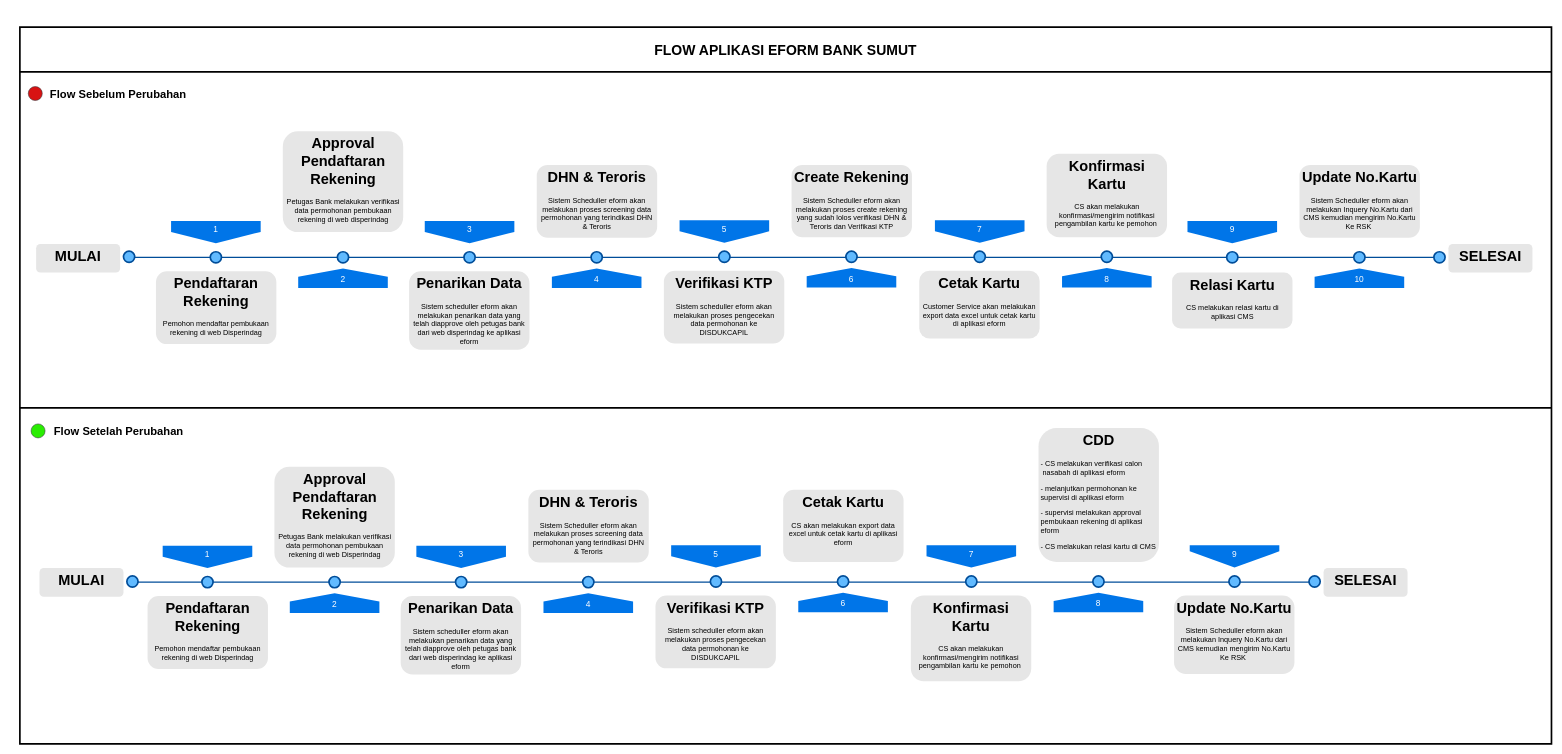
Before: Diagram/Diagram Flow Eform V.1.0.2.drawio in frandachi/appdiagrams, a draw.io diagram. Source tidied: cells renumbered, new cells numbered last; positions are measured from the earlier drawing's top-left corner, leaving out a move shared by most shapes. Both pictures are drawn from the tidied source at 56%, with x=0, y=0 at pixel (20, 27).
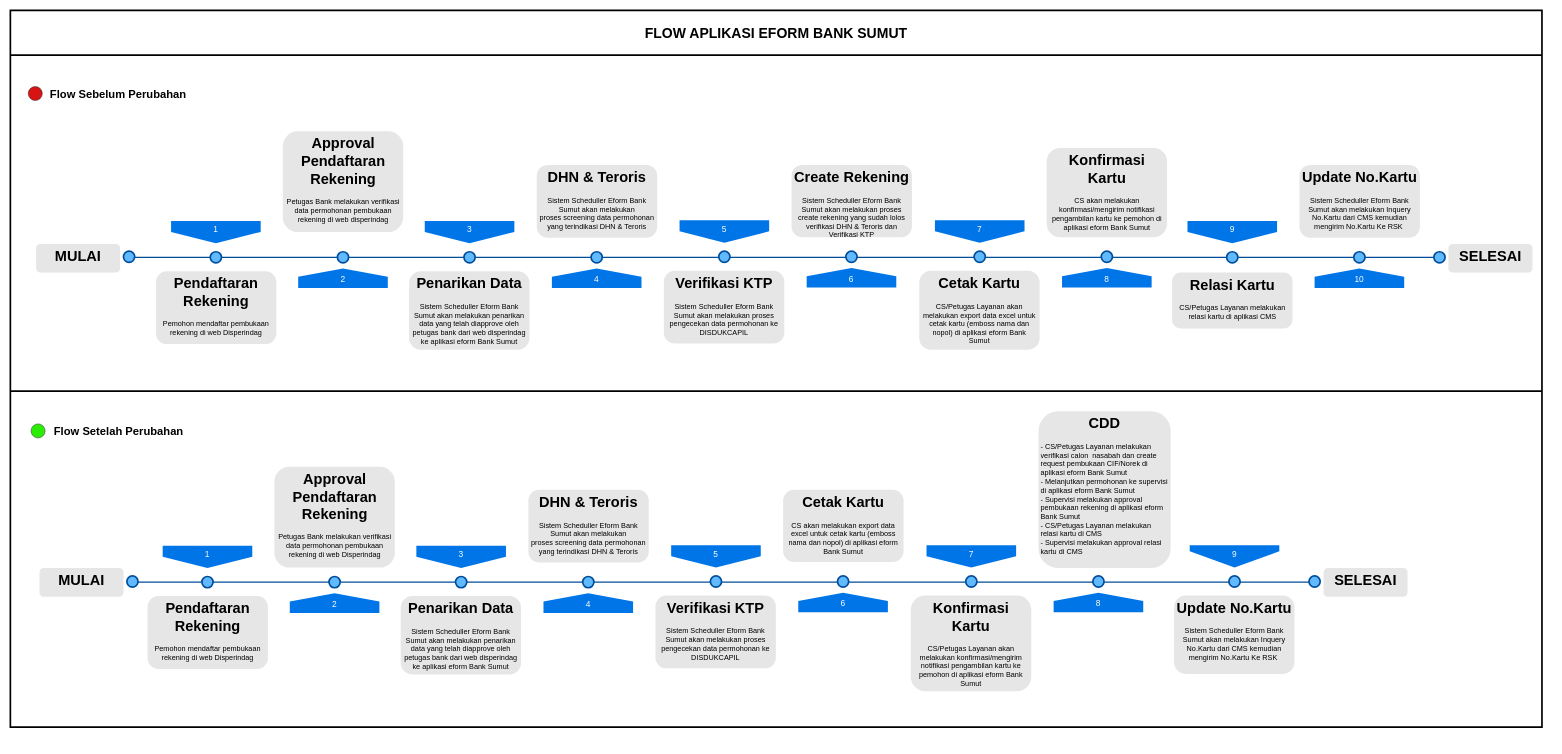
Above is the later version.

The edit, as a diff of the source:
```diff
@@
     <mxCell id="2" style="shape=table;startSize=0;childLayout=tableLayout;gradientColor=none;swimlaneFillColor=none;strokeWidth=3;" parent="1" vertex="1">
-      <mxGeometry width="2735" height="1280" as="geometry" />
+      <mxGeometry x="-17" y="-30" width="2735" height="1280" as="geometry" />
     </mxCell>
@@
-    <mxCell id="20" value="&lt;h1&gt;&amp;nbsp;Penarikan Data&amp;nbsp;&lt;/h1&gt;&lt;p&gt;Sistem scheduller eform akan melakukan penarikan data yang telah diapprove oleh petugas bank dari web disperindag ke aplikasi eform&lt;/p&gt;" style="text;html=1;spacing=5;spacingTop=-20;whiteSpace=wrap;overflow=hidden;strokeColor=none;strokeWidth=3;fillColor=#E6E6E6;fontSize=13;fontColor=#000000;align=center;rounded=1;" parent="1" vertex="1">
+    <mxCell id="20" value="&lt;h1&gt;&amp;nbsp;Penarikan Data&amp;nbsp;&lt;/h1&gt;&lt;p&gt;Sistem Scheduller Eform Bank Sumut akan melakukan penarikan data yang telah diapprove oleh petugas bank dari web disperindag ke aplikasi eform Bank Sumut&lt;/p&gt;" style="text;html=1;spacing=5;spacingTop=-20;whiteSpace=wrap;overflow=hidden;strokeColor=none;strokeWidth=3;fillColor=#E6E6E6;fontSize=13;fontColor=#000000;align=center;rounded=1;" parent="1" vertex="1">
       <mxGeometry x="695" y="436" width="215" height="140" as="geometry" />
     </mxCell>
-    <mxCell id="21" value="&lt;h1&gt;DHN &amp;amp; Teroris&lt;/h1&gt;&lt;p&gt;Sistem Scheduller eform akan melakukan proses&amp;nbsp;screening data permohonan yang terindikasi DHN &amp;amp; Teroris&lt;/p&gt;" style="text;html=1;spacing=5;spacingTop=-20;whiteSpace=wrap;overflow=hidden;strokeColor=none;strokeWidth=3;fillColor=#E6E6E6;fontSize=13;fontColor=#000000;align=center;rounded=1;" parent="1" vertex="1">
+    <mxCell id="21" value="&lt;h1&gt;DHN &amp;amp; Teroris&lt;/h1&gt;&lt;p&gt;Sistem Scheduller Eform Bank Sumut akan melakukan proses&amp;nbsp;screening data permohonan yang terindikasi DHN &amp;amp; Teroris&lt;/p&gt;" style="text;html=1;spacing=5;spacingTop=-20;whiteSpace=wrap;overflow=hidden;strokeColor=none;strokeWidth=3;fillColor=#E6E6E6;fontSize=13;fontColor=#000000;align=center;rounded=1;" parent="1" vertex="1">
       <mxGeometry x="923" y="246" width="215" height="130" as="geometry" />
     </mxCell>
@@
-    <mxCell id="26" value="&lt;h1&gt;&amp;nbsp;Verifikasi KTP&amp;nbsp;&lt;/h1&gt;&lt;p&gt;Sistem scheduller eform akan melakukan proses pengecekan data permohonan ke DISDUKCAPIL&lt;/p&gt;" style="text;html=1;spacing=5;spacingTop=-20;whiteSpace=wrap;overflow=hidden;strokeColor=none;strokeWidth=3;fillColor=#E6E6E6;fontSize=13;fontColor=#000000;align=center;rounded=1;" parent="1" vertex="1">
+    <mxCell id="26" value="&lt;h1&gt;&amp;nbsp;Verifikasi KTP&amp;nbsp;&lt;/h1&gt;&lt;p&gt;Sistem Scheduller Eform Bank Sumut akan melakukan proses pengecekan data permohonan ke DISDUKCAPIL&lt;/p&gt;" style="text;html=1;spacing=5;spacingTop=-20;whiteSpace=wrap;overflow=hidden;strokeColor=none;strokeWidth=3;fillColor=#E6E6E6;fontSize=13;fontColor=#000000;align=center;rounded=1;" parent="1" vertex="1">
       <mxGeometry x="1150" y="435" width="215" height="130" as="geometry" />
     </mxCell>
-    <mxCell id="27" value="&lt;h1&gt;Create Rekening&lt;/h1&gt;&lt;p&gt;Sistem Scheduller eform akan melakukan proses create rekening yang sudah lolos verifikasi DHN &amp;amp; Teroris dan Verifikasi KTP&lt;/p&gt;" style="text;html=1;spacing=5;spacingTop=-20;whiteSpace=wrap;overflow=hidden;strokeColor=none;strokeWidth=3;fillColor=#E6E6E6;fontSize=13;fontColor=#000000;align=center;rounded=1;" parent="1" vertex="1">
+    <mxCell id="27" value="&lt;h1&gt;Create Rekening&lt;/h1&gt;&lt;p&gt;Sistem Scheduller Eform Bank Sumut akan melakukan proses create rekening yang sudah lolos verifikasi DHN &amp;amp; Teroris dan Verifikasi KTP&lt;/p&gt;" style="text;html=1;spacing=5;spacingTop=-20;whiteSpace=wrap;overflow=hidden;strokeColor=none;strokeWidth=3;fillColor=#E6E6E6;fontSize=13;fontColor=#000000;align=center;rounded=1;" parent="1" vertex="1">
       <mxGeometry x="1378" y="246" width="215" height="129" as="geometry" />
     </mxCell>
@@
-    <mxCell id="32" value="&lt;h1&gt;&amp;nbsp;Cetak Kartu&amp;nbsp;&lt;/h1&gt;&lt;p&gt;Customer Service akan melakukan export data excel untuk cetak kartu di aplikasi eform&lt;/p&gt;" style="text;html=1;spacing=5;spacingTop=-20;whiteSpace=wrap;overflow=hidden;strokeColor=none;strokeWidth=3;fillColor=#E6E6E6;fontSize=13;fontColor=#000000;align=center;rounded=1;" parent="1" vertex="1">
-      <mxGeometry x="1606" y="435" width="215" height="121" as="geometry" />
+    <mxCell id="32" value="&lt;h1&gt;&amp;nbsp;Cetak Kartu&amp;nbsp;&lt;/h1&gt;&lt;p&gt;CS/Petugas Layanan akan melakukan export data excel untuk cetak kartu (emboss nama dan nopol) di aplikasi eform Bank Sumut&lt;/p&gt;" style="text;html=1;spacing=5;spacingTop=-20;whiteSpace=wrap;overflow=hidden;strokeColor=none;strokeWidth=3;fillColor=#E6E6E6;fontSize=13;fontColor=#000000;align=center;rounded=1;" parent="1" vertex="1">
+      <mxGeometry x="1606" y="435" width="215" height="141" as="geometry" />
     </mxCell>
-    <mxCell id="33" value="&lt;h1&gt;Konfirmasi Kartu&lt;/h1&gt;&lt;p&gt;CS akan melakukan konfirmasi/mengirim notifikasi pengambilan kartu ke pemohon&amp;nbsp;&lt;/p&gt;" style="text;html=1;spacing=5;spacingTop=-20;whiteSpace=wrap;overflow=hidden;strokeColor=none;strokeWidth=3;fillColor=#E6E6E6;fontSize=13;fontColor=#000000;align=center;rounded=1;" parent="1" vertex="1">
-      <mxGeometry x="1833.5" y="226" width="215" height="149" as="geometry" />
+    <mxCell id="33" value="&lt;h1&gt;Konfirmasi Kartu&lt;/h1&gt;&lt;p&gt;CS akan melakukan konfirmasi/mengirim notifikasi pengambilan kartu ke pemohon di aplikasi eform Bank Sumut&lt;/p&gt;" style="text;html=1;spacing=5;spacingTop=-20;whiteSpace=wrap;overflow=hidden;strokeColor=none;strokeWidth=3;fillColor=#E6E6E6;fontSize=13;fontColor=#000000;align=center;rounded=1;" parent="1" vertex="1">
+      <mxGeometry x="1833.5" y="216" width="215" height="159" as="geometry" />
     </mxCell>
@@
-    <mxCell id="38" value="&lt;h1&gt;&amp;nbsp;Relasi Kartu&amp;nbsp;&lt;/h1&gt;&lt;p&gt;CS melakukan relasi kartu di aplikasi CMS&lt;/p&gt;" style="text;html=1;spacing=5;spacingTop=-20;whiteSpace=wrap;overflow=hidden;strokeColor=none;strokeWidth=3;fillColor=#E6E6E6;fontSize=13;fontColor=#000000;align=center;rounded=1;" parent="1" vertex="1">
+    <mxCell id="38" value="&lt;h1&gt;&amp;nbsp;Relasi Kartu&amp;nbsp;&lt;/h1&gt;&lt;p&gt;CS/Petugas Layanan melakukan relasi kartu di aplikasi CMS&lt;/p&gt;" style="text;html=1;spacing=5;spacingTop=-20;whiteSpace=wrap;overflow=hidden;strokeColor=none;strokeWidth=3;fillColor=#E6E6E6;fontSize=13;fontColor=#000000;align=center;rounded=1;" parent="1" vertex="1">
       <mxGeometry x="2057.5" y="438" width="215" height="100" as="geometry" />
     </mxCell>
-    <mxCell id="39" value="&lt;h1&gt;Update No.Kartu&lt;/h1&gt;&lt;p&gt;Sistem Scheduller eform akan melakukan Inquery No.Kartu dari CMS kemudian mengirim No.Kartu Ke RSK&amp;nbsp;&lt;/p&gt;" style="text;html=1;spacing=5;spacingTop=-20;whiteSpace=wrap;overflow=hidden;strokeColor=none;strokeWidth=3;fillColor=#E6E6E6;fontSize=13;fontColor=#000000;align=center;rounded=1;" parent="1" vertex="1">
+    <mxCell id="39" value="&lt;h1&gt;Update No.Kartu&lt;/h1&gt;&lt;p&gt;Sistem Scheduller Eform Bank Sumut akan melakukan Inquery No.Kartu dari CMS kemudian mengirim No.Kartu Ke RSK&amp;nbsp;&lt;/p&gt;" style="text;html=1;spacing=5;spacingTop=-20;whiteSpace=wrap;overflow=hidden;strokeColor=none;strokeWidth=3;fillColor=#E6E6E6;fontSize=13;fontColor=#000000;align=center;rounded=1;" parent="1" vertex="1">
       <mxGeometry x="2285" y="246" width="215" height="130" as="geometry" />
     </mxCell>
@@
-    <mxCell id="54" value="&lt;h1&gt;&amp;nbsp;Penarikan Data&amp;nbsp;&lt;/h1&gt;&lt;p&gt;Sistem scheduller eform akan melakukan penarikan data yang telah diapprove oleh petugas bank dari web disperindag ke aplikasi eform&lt;/p&gt;" style="text;html=1;spacing=5;spacingTop=-20;whiteSpace=wrap;overflow=hidden;strokeColor=none;strokeWidth=3;fillColor=#E6E6E6;fontSize=13;fontColor=#000000;align=center;rounded=1;" parent="1" vertex="1">
+    <mxCell id="54" value="&lt;h1&gt;&amp;nbsp;Penarikan Data&amp;nbsp;&lt;/h1&gt;&lt;p&gt;Sistem Scheduller Eform Bank Sumut akan melakukan penarikan data yang telah diapprove oleh petugas bank dari web disperindag ke aplikasi eform Bank Sumut&lt;/p&gt;" style="text;html=1;spacing=5;spacingTop=-20;whiteSpace=wrap;overflow=hidden;strokeColor=none;strokeWidth=3;fillColor=#E6E6E6;fontSize=13;fontColor=#000000;align=center;rounded=1;" parent="1" vertex="1">
       <mxGeometry x="680" y="1016" width="215" height="140" as="geometry" />
     </mxCell>
-    <mxCell id="55" value="&lt;h1&gt;DHN &amp;amp; Teroris&lt;/h1&gt;&lt;p&gt;Sistem Scheduller eform akan melakukan proses&amp;nbsp;screening data permohonan yang terindikasi DHN &amp;amp; Teroris&lt;/p&gt;" style="text;html=1;spacing=5;spacingTop=-20;whiteSpace=wrap;overflow=hidden;strokeColor=none;strokeWidth=3;fillColor=#E6E6E6;fontSize=13;fontColor=#000000;align=center;rounded=1;" parent="1" vertex="1">
+    <mxCell id="55" value="&lt;h1&gt;DHN &amp;amp; Teroris&lt;/h1&gt;&lt;p&gt;Sistem Scheduller Eform Bank Sumut akan melakukan proses&amp;nbsp;screening data permohonan yang terindikasi DHN &amp;amp; Teroris&lt;/p&gt;" style="text;html=1;spacing=5;spacingTop=-20;whiteSpace=wrap;overflow=hidden;strokeColor=none;strokeWidth=3;fillColor=#E6E6E6;fontSize=13;fontColor=#000000;align=center;rounded=1;" parent="1" vertex="1">
       <mxGeometry x="908" y="826" width="215" height="130" as="geometry" />
     </mxCell>
@@
-    <mxCell id="60" value="&lt;h1&gt;&amp;nbsp;Verifikasi KTP&amp;nbsp;&lt;/h1&gt;&lt;p&gt;Sistem scheduller eform akan melakukan proses pengecekan data permohonan ke DISDUKCAPIL&lt;/p&gt;" style="text;html=1;spacing=5;spacingTop=-20;whiteSpace=wrap;overflow=hidden;strokeColor=none;strokeWidth=3;fillColor=#E6E6E6;fontSize=13;fontColor=#000000;align=center;rounded=1;" parent="1" vertex="1">
+    <mxCell id="60" value="&lt;h1&gt;&amp;nbsp;Verifikasi KTP&amp;nbsp;&lt;/h1&gt;&lt;p&gt;Sistem Scheduller Eform Bank Sumut akan melakukan proses pengecekan data permohonan ke DISDUKCAPIL&lt;/p&gt;" style="text;html=1;spacing=5;spacingTop=-20;whiteSpace=wrap;overflow=hidden;strokeColor=none;strokeWidth=3;fillColor=#E6E6E6;fontSize=13;fontColor=#000000;align=center;rounded=1;" parent="1" vertex="1">
       <mxGeometry x="1135" y="1015" width="215" height="130" as="geometry" />
     </mxCell>
-    <mxCell id="61" value="&lt;h1&gt;&amp;nbsp;Cetak Kartu&amp;nbsp;&lt;/h1&gt;&lt;h1&gt;&lt;p style=&quot;font-size: 13px; font-weight: 400;&quot;&gt;CS akan melakukan export data excel untuk cetak kartu di aplikasi eform&lt;/p&gt;&lt;/h1&gt;" style="text;html=1;spacing=5;spacingTop=-20;whiteSpace=wrap;overflow=hidden;strokeColor=none;strokeWidth=3;fillColor=#E6E6E6;fontSize=13;fontColor=#000000;align=center;rounded=1;" parent="1" vertex="1">
+    <mxCell id="61" value="&lt;h1&gt;&amp;nbsp;Cetak Kartu&amp;nbsp;&lt;/h1&gt;&lt;h1&gt;&lt;p style=&quot;font-size: 13px; font-weight: 400;&quot;&gt;CS akan melakukan export data excel untuk cetak kartu (emboss nama dan nopol) di aplikasi eform Bank Sumut&lt;/p&gt;&lt;/h1&gt;" style="text;html=1;spacing=5;spacingTop=-20;whiteSpace=wrap;overflow=hidden;strokeColor=none;strokeWidth=3;fillColor=#E6E6E6;fontSize=13;fontColor=#000000;align=center;rounded=1;" parent="1" vertex="1">
       <mxGeometry x="1363" y="826" width="215" height="129" as="geometry" />
     </mxCell>
@@
-    <mxCell id="66" value="&lt;h1&gt;Konfirmasi Kartu&lt;/h1&gt;&lt;h1&gt;&lt;p style=&quot;font-size: 13px; font-weight: 400;&quot;&gt;CS akan melakukan konfirmasi/mengirim notifikasi pengambilan kartu ke pemohon&amp;nbsp;&lt;/p&gt;&lt;/h1&gt;" style="text;html=1;spacing=5;spacingTop=-20;whiteSpace=wrap;overflow=hidden;strokeColor=none;strokeWidth=3;fillColor=#E6E6E6;fontSize=13;fontColor=#000000;align=center;rounded=1;" parent="1" vertex="1">
-      <mxGeometry x="1591" y="1015" width="215" height="153" as="geometry" />
+    <mxCell id="66" value="&lt;h1&gt;Konfirmasi Kartu&lt;/h1&gt;&lt;h1&gt;&lt;p style=&quot;font-size: 13px; font-weight: 400;&quot;&gt;CS/Petugas Layanan akan melakukan konfirmasi/mengirim notifikasi pengambilan kartu ke pemohon di aplikasi eform Bank Sumut&lt;/p&gt;&lt;/h1&gt;" style="text;html=1;spacing=5;spacingTop=-20;whiteSpace=wrap;overflow=hidden;strokeColor=none;strokeWidth=3;fillColor=#E6E6E6;fontSize=13;fontColor=#000000;align=center;rounded=1;" parent="1" vertex="1">
+      <mxGeometry x="1591" y="1015" width="215" height="171" as="geometry" />
     </mxCell>
-    <mxCell id="67" value="&lt;h1&gt;CDD&lt;/h1&gt;&lt;p style=&quot;text-align: left;&quot;&gt;- CS melakukan verifikasi calon&amp;nbsp; &amp;nbsp; &amp;nbsp;nasabah di aplikasi eform&lt;/p&gt;&lt;p style=&quot;text-align: left;&quot;&gt;- melanjutkan permohonan ke supervisi di aplikasi eform&lt;/p&gt;&lt;p style=&quot;text-align: left;&quot;&gt;- supervisi melakukan approval pembukaan rekening di aplikasi eform&lt;/p&gt;&lt;p style=&quot;text-align: left;&quot;&gt;- CS melakukan relasi kartu di CMS&lt;/p&gt;" style="text;html=1;spacing=5;spacingTop=-20;whiteSpace=wrap;overflow=hidden;strokeColor=none;strokeWidth=3;fillColor=#E6E6E6;fontSize=13;fontColor=#000000;align=center;rounded=1;" parent="1" vertex="1">
-      <mxGeometry x="1819" y="716" width="215" height="239" as="geometry" />
+    <mxCell id="67" value="&lt;h1&gt;CDD&lt;/h1&gt;&lt;p style=&quot;text-align: left;&quot;&gt;- CS/Petugas Layanan melakukan verifikasi calon&amp;nbsp; nasabah dan create request pembukaan CIF/Norek di aplikasi eform Bank Sumut&lt;br&gt;&lt;span style=&quot;background-color: initial;&quot;&gt;- Melanjutkan permohonan ke supervisi di aplikasi eform Bank Sumut&lt;br&gt;&lt;/span&gt;&lt;span style=&quot;background-color: initial;&quot;&gt;- Supervisi melakukan approval pembukaan rekening di aplikasi eform Bank Sumut&lt;br&gt;&lt;/span&gt;&lt;span style=&quot;background-color: initial;&quot;&gt;- CS/Petugas Layanan melakukan relasi kartu di CMS&lt;br&gt;&lt;/span&gt;&lt;span style=&quot;background-color: initial;&quot;&gt;- Supervisi melakukan approval relasi kartu di CMS&lt;/span&gt;&lt;/p&gt;" style="text;html=1;spacing=5;spacingTop=-20;whiteSpace=wrap;overflow=hidden;strokeColor=none;strokeWidth=3;fillColor=#E6E6E6;fontSize=13;fontColor=#000000;align=center;rounded=1;" parent="1" vertex="1">
+      <mxGeometry x="1819" y="686" width="236" height="280" as="geometry" />
     </mxCell>
@@
-    <mxCell id="71" value="&lt;h1&gt;Update No.Kartu&lt;/h1&gt;&lt;h1&gt;&lt;p style=&quot;font-size: 13px; font-weight: 400;&quot;&gt;Sistem Scheduller eform akan melakukan Inquery No.Kartu dari CMS kemudian mengirim No.Kartu Ke RSK&amp;nbsp;&lt;/p&gt;&lt;/h1&gt;" style="text;html=1;spacing=5;spacingTop=-20;whiteSpace=wrap;overflow=hidden;strokeColor=none;strokeWidth=3;fillColor=#E6E6E6;fontSize=13;fontColor=#000000;align=center;rounded=1;" parent="1" vertex="1">
+    <mxCell id="71" value="&lt;h1&gt;Update No.Kartu&lt;/h1&gt;&lt;h1&gt;&lt;p style=&quot;font-size: 13px; font-weight: 400;&quot;&gt;Sistem Scheduller Eform Bank Sumut akan melakukan Inquery No.Kartu dari CMS kemudian mengirim No.Kartu Ke RSK&amp;nbsp;&lt;/p&gt;&lt;/h1&gt;" style="text;html=1;spacing=5;spacingTop=-20;whiteSpace=wrap;overflow=hidden;strokeColor=none;strokeWidth=3;fillColor=#E6E6E6;fontSize=13;fontColor=#000000;align=center;rounded=1;" parent="1" vertex="1">
       <mxGeometry x="2061" y="1015" width="215" height="140" as="geometry" />
     </mxCell>
```
